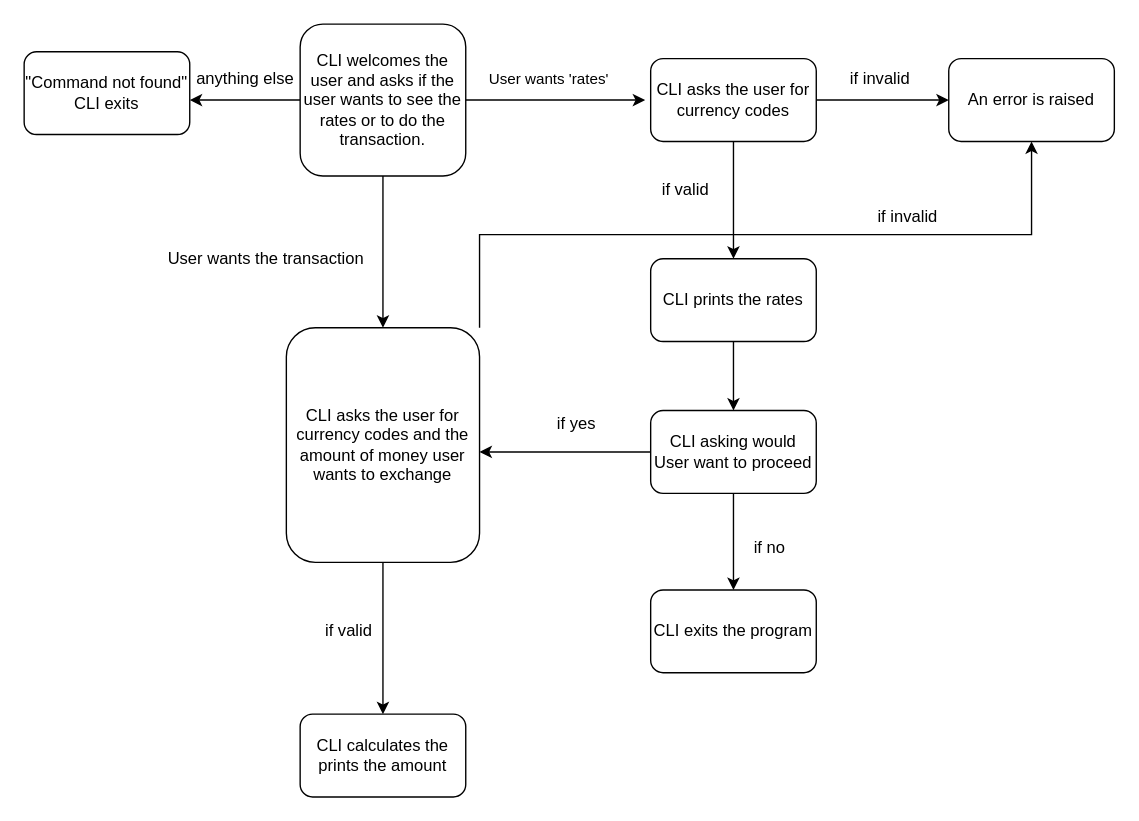
milos381/Diagram keeps this draw.io diagram as Untitled Diagram.drawio. Above is the earlier version. Source tidied: cells renumbered, new cells numbered last; positions are measured from the earlier drawing's top-left corner, leaving out a move shared by most shapes. Both pictures are drawn from the tidied source at 138%, with x=0, y=0 at pixel (23, 23).
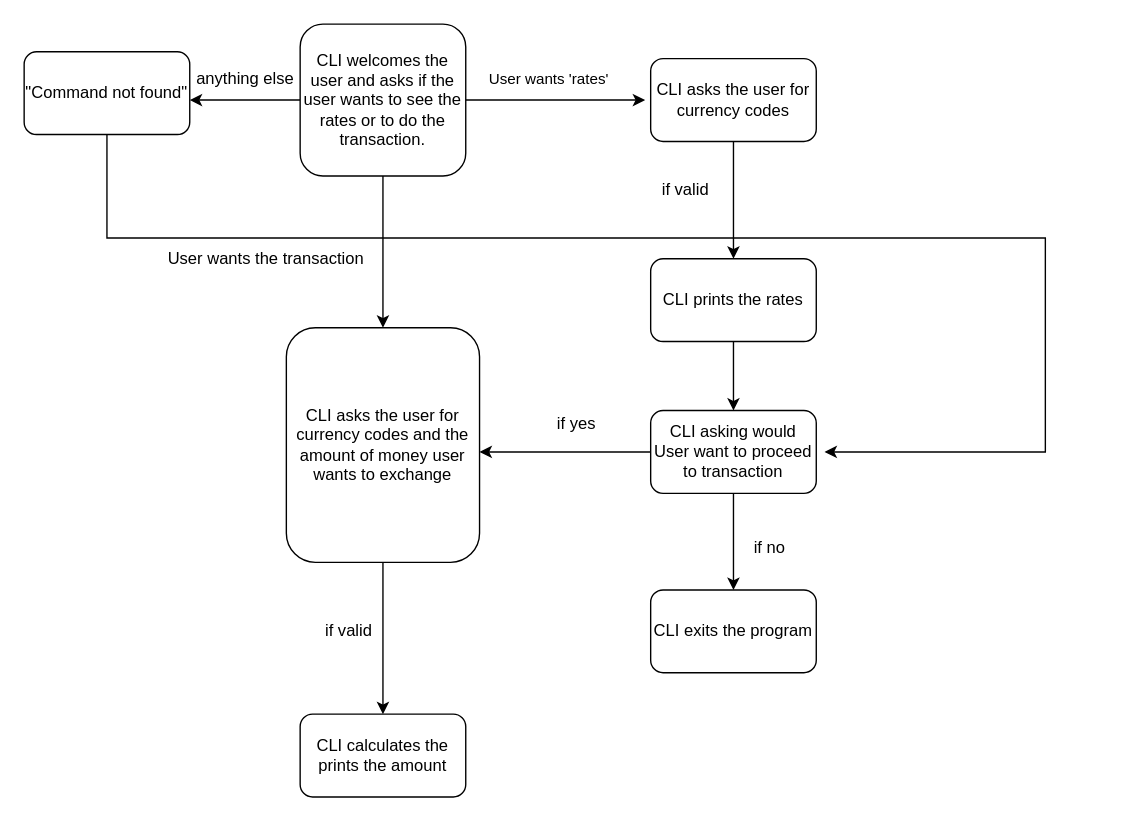
The same diagram, later.

The change refers to these unchanged cells:
```xml
<mxCell id="9" value="CLI asks the user for currency codes" style="rounded=1;whiteSpace=wrap;html=1;" parent="1" vertex="1">
  <mxGeometry x="454" y="25" width="120" height="60" as="geometry" />
</mxCell>
<mxCell id="25" value="CLI asks the user for currency codes and the amount of money user wants to exchange" style="rounded=1;whiteSpace=wrap;html=1;" parent="1" vertex="1">
  <mxGeometry x="190" y="220" width="140" height="170" as="geometry" />
</mxCell>
```

Change to the diagram source:
```diff
@@
-    <mxCell id="8" style="edgeStyle=orthogonalEdgeStyle;rounded=0;jettySize=auto;html=1;exitX=1;exitY=0.5;exitDx=0;exitDy=0;" parent="1" edge="1" source="9">
-      <mxGeometry relative="1" as="geometry">
-        <mxPoint x="670" y="55" as="targetPoint" />
-      </mxGeometry>
-    </mxCell>
@@
-    <mxCell id="10" value="if invalid" style="text;html=1;align=center;verticalAlign=middle;" parent="1" vertex="1">
-      <mxGeometry x="590" y="30" width="60" height="20" as="geometry" />
-    </mxCell>
@@
-    <mxCell id="12" value="An error is raised" style="rounded=1;whiteSpace=wrap;html=1;" parent="1" vertex="1">
-      <mxGeometry x="670" y="25" width="120" height="60" as="geometry" />
-    </mxCell>
@@
-    <mxCell id="15" value="CLI asking would User want to proceed" style="rounded=1;whiteSpace=wrap;html=1;" parent="1" vertex="1">
+    <mxCell id="15" value="CLI asking would User want to proceed to transaction" style="rounded=1;whiteSpace=wrap;html=1;" parent="1" vertex="1">
       <mxGeometry x="454" y="280" width="120" height="60" as="geometry" />
     </mxCell>
@@
+    <mxCell id="29" style="edgeStyle=orthogonalEdgeStyle;rounded=0;jettySize=auto;html=1;exitX=0.5;exitY=1;exitDx=0;exitDy=0;" parent="1" edge="1" source="21">
+      <mxGeometry relative="1" as="geometry">
+        <mxPoint x="580" y="310" as="targetPoint" />
+        <Array as="points">
+          <mxPoint x="60" y="155" />
+          <mxPoint x="740" y="155" />
+          <mxPoint x="740" y="310" />
+          <mxPoint x="690" y="310" />
+        </Array>
+      </mxGeometry>
+    </mxCell>
-    <mxCell id="21" value="&lt;div&gt;&quot;Command not found&quot;&lt;/div&gt;&lt;div&gt;CLI exits&lt;br&gt;&lt;/div&gt;" style="rounded=1;whiteSpace=wrap;html=1;" parent="1" vertex="1">
+    <mxCell id="21" value="&lt;div&gt;&quot;Command not found&quot;&lt;/div&gt;" style="rounded=1;whiteSpace=wrap;html=1;" parent="1" vertex="1">
       <mxGeometry y="20" width="120" height="60" as="geometry" />
     </mxCell>
@@
-    <mxCell id="23" style="edgeStyle=orthogonalEdgeStyle;rounded=0;jettySize=auto;html=1;exitX=1;exitY=0;exitDx=0;exitDy=0;entryX=0.5;entryY=1;entryDx=0;entryDy=0;" parent="1" edge="1" source="25" target="12">
-      <mxGeometry relative="1" as="geometry" />
-    </mxCell>
@@
-    <mxCell id="26" value="if invalid" style="text;html=1;align=center;verticalAlign=middle;" parent="1" vertex="1">
-      <mxGeometry x="610" y="130" width="60" height="20" as="geometry" />
-    </mxCell>
```
